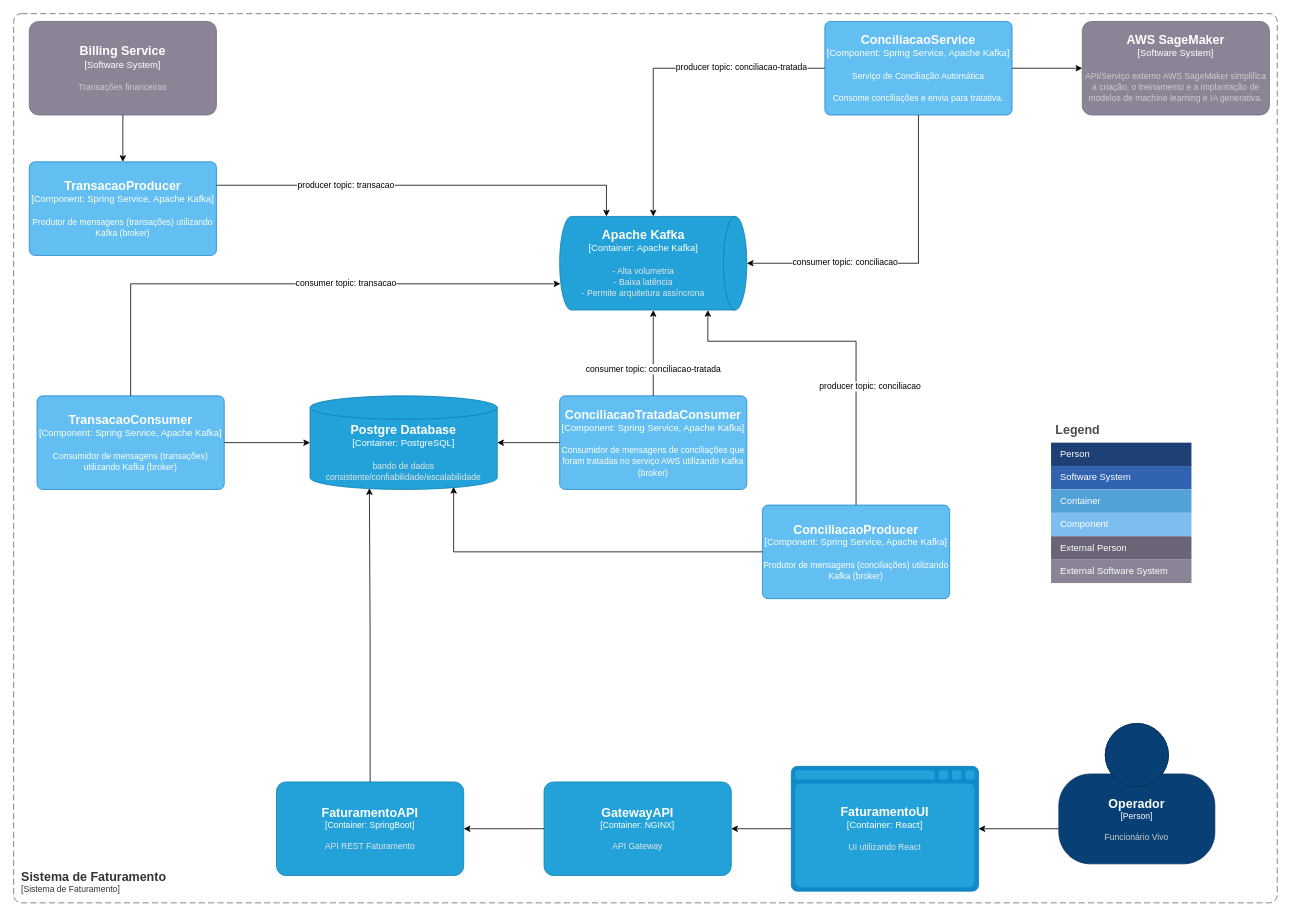
andresotero9/SistemaFaturamento keeps this draw.io diagram as SistemaFaturamento.drawio. Above is the earlier version. Source tidied: cells renumbered, new cells numbered last; positions are measured from the earlier drawing's top-left corner, leaving out a move shared by most shapes. Both pictures are drawn from the tidied source at 78%, with x=0, y=0 at pixel (13, 13).
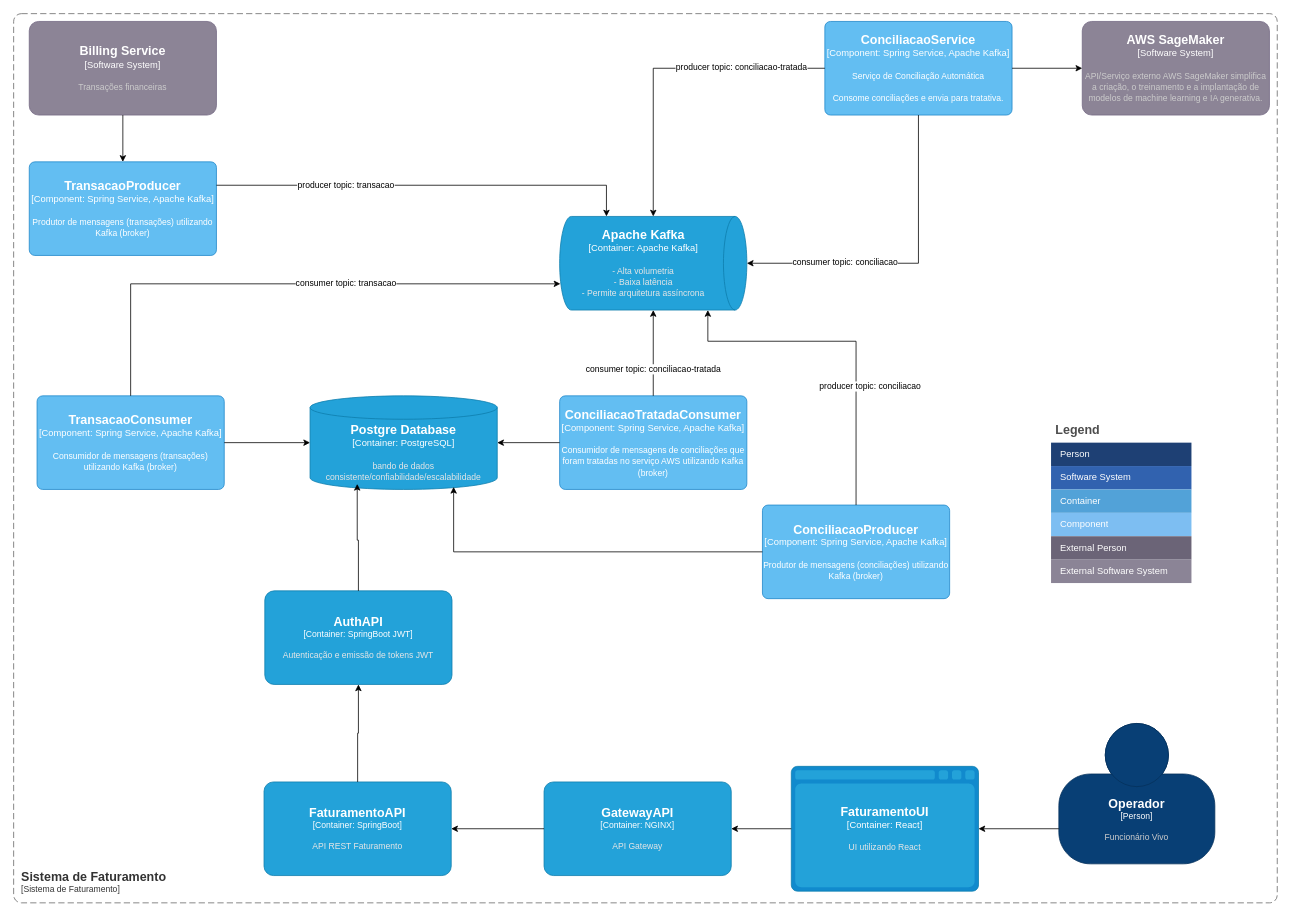
The same diagram, later.

Unchanged cells that the change refers to:
```xml
<object id="11" label="&lt;font style=&quot;font-size: 16px&quot;&gt;&lt;b&gt;%c4Name%&lt;/b&gt;&lt;/font&gt;&lt;div&gt;[%c4Type%:&amp;nbsp;%c4Technology%]&lt;/div&gt;&lt;br&gt;&lt;div&gt;&lt;font style=&quot;font-size: 11px&quot;&gt;&lt;font color=&quot;#E6E6E6&quot;&gt;%c4Description%&lt;/font&gt;&lt;/div&gt;" c4Description="bando de dados consistente/confiabilidade/escalabilidade" c4Name="Postgre Database" c4Technology="PostgreSQL" c4Type="Container" placeholders="1">
  <mxCell style="shape=cylinder3;size=15;whiteSpace=wrap;html=1;boundedLbl=1;rounded=0;labelBackgroundColor=none;fillColor=#23A2D9;fontSize=12;fontColor=#ffffff;align=center;strokeColor=#0E7DAD;points=[[0.5,0,0],[1,0.25,0],[1,0.5,0],[1,0.75,0],[0.5,1,0],[0,0.75,0],[0,0.5,0],[0,0.25,0]];" parent="1" vertex="1">
    <mxGeometry x="380" y="490" width="240" height="120" as="geometry" />
  </mxCell>
</object>
```

What changed in the source:
```diff
@@
     <object id="10" label="&lt;font style=&quot;font-size: 16px&quot;&gt;&lt;b&gt;%c4Name%&lt;/b&gt;&lt;/font&gt;&lt;div&gt;[%c4Type%: %c4Technology%]&lt;/div&gt;&lt;br&gt;&lt;div&gt;&lt;font style=&quot;font-size: 11px&quot;&gt;&lt;font color=&quot;#E6E6E6&quot;&gt;%c4Description%&lt;/font&gt;&lt;/div&gt;" c4Description="API REST Faturamento" c4Name="FaturamentoAPI" c4Technology="SpringBoot" c4Type="Container" placeholders="1">
       <mxCell style="rounded=1;whiteSpace=wrap;html=1;fontSize=11;labelBackgroundColor=none;fillColor=#23A2D9;fontColor=#ffffff;align=center;arcSize=10;strokeColor=#0E7DAD;points=[[0.25,0,0],[0.5,0,0],[0.75,0,0],[1,0.25,0],[1,0.5,0],[1,0.75,0],[0.75,1,0],[0.5,1,0],[0.25,1,0],[0,0.75,0],[0,0.5,0],[0,0.25,0]];" parent="1" vertex="1">
-        <mxGeometry x="337" y="985" width="240" height="120" as="geometry" />
+        <mxGeometry x="321" y="985" width="240" height="120" as="geometry" />
       </mxCell>
     </object>
@@
-    <mxCell id="47" style="edgeStyle=orthogonalEdgeStyle;rounded=0;jettySize=auto;html=1;entryX=0.317;entryY=0.987;entryDx=0;entryDy=0;entryPerimeter=0;" parent="1" edge="1" source="10" target="11">
-      <mxGeometry relative="1" as="geometry" />
-    </mxCell>
@@
+    <object id="50" label="&lt;font style=&quot;font-size: 16px&quot;&gt;&lt;b&gt;%c4Name%&lt;/b&gt;&lt;/font&gt;&lt;div&gt;[%c4Type%: %c4Technology%]&lt;/div&gt;&lt;br&gt;&lt;div&gt;&lt;font style=&quot;font-size: 11px&quot;&gt;&lt;font color=&quot;#E6E6E6&quot;&gt;%c4Description%&lt;/font&gt;&lt;/div&gt;" c4Description="Autenticação e emissão de tokens JWT" c4Name="AuthAPI" c4Technology="SpringBoot JWT" c4Type="Container" placeholders="1">
+      <mxCell style="rounded=1;whiteSpace=wrap;html=1;fontSize=11;labelBackgroundColor=none;fillColor=#23A2D9;fontColor=#ffffff;align=center;arcSize=10;strokeColor=#0E7DAD;points=[[0.25,0,0],[0.5,0,0],[0.75,0,0],[1,0.25,0],[1,0.5,0],[1,0.75,0],[0.75,1,0],[0.5,1,0],[0.25,1,0],[0,0.75,0],[0,0.5,0],[0,0.25,0]];" parent="1" vertex="1">
+        <mxGeometry x="322" y="740" width="240" height="120" as="geometry" />
+      </mxCell>
+    </object>
+    <mxCell id="51" style="edgeStyle=orthogonalEdgeStyle;rounded=0;jettySize=auto;html=1;exitX=0.5;exitY=0;exitDx=0;exitDy=0;exitPerimeter=0;entryX=0.252;entryY=0.941;entryDx=0;entryDy=0;entryPerimeter=0;" parent="1" edge="1" source="50" target="11">
+      <mxGeometry relative="1" as="geometry" />
+    </mxCell>
+    <mxCell id="52" style="edgeStyle=orthogonalEdgeStyle;rounded=0;jettySize=auto;html=1;exitX=0.5;exitY=0;exitDx=0;exitDy=0;exitPerimeter=0;entryX=0.5;entryY=1;entryDx=0;entryDy=0;entryPerimeter=0;" parent="1" edge="1" source="10" target="50">
+      <mxGeometry relative="1" as="geometry" />
+    </mxCell>
```
